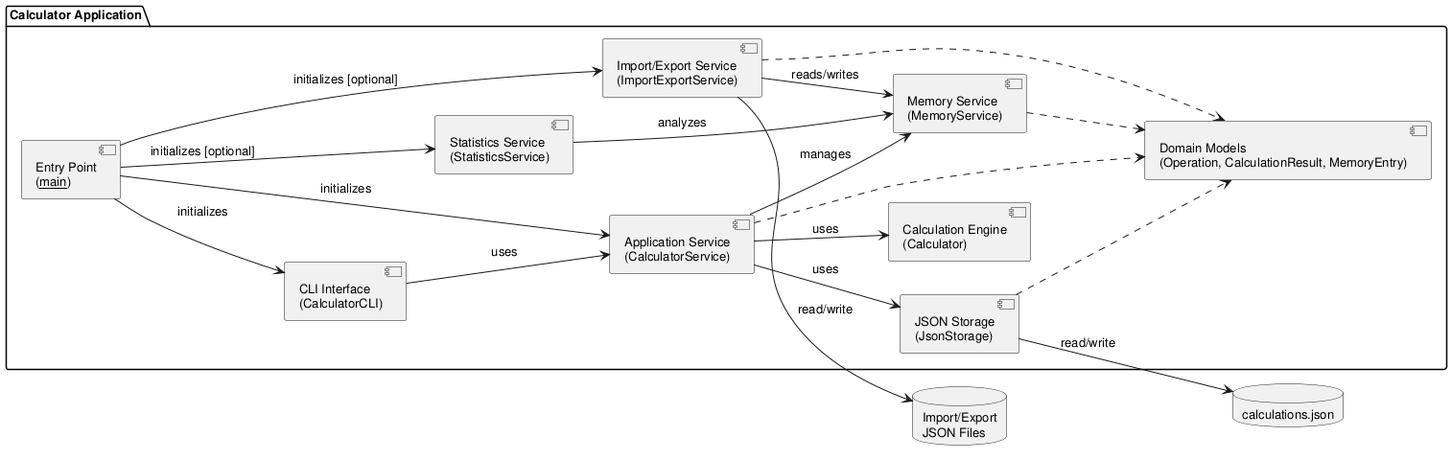
Above: experiments/broadcast/test_driven/calculator/artifacts/component_diagram.png in DanielRiha8906/Software_autoevolution_using_agents (PlantUML), before the change.
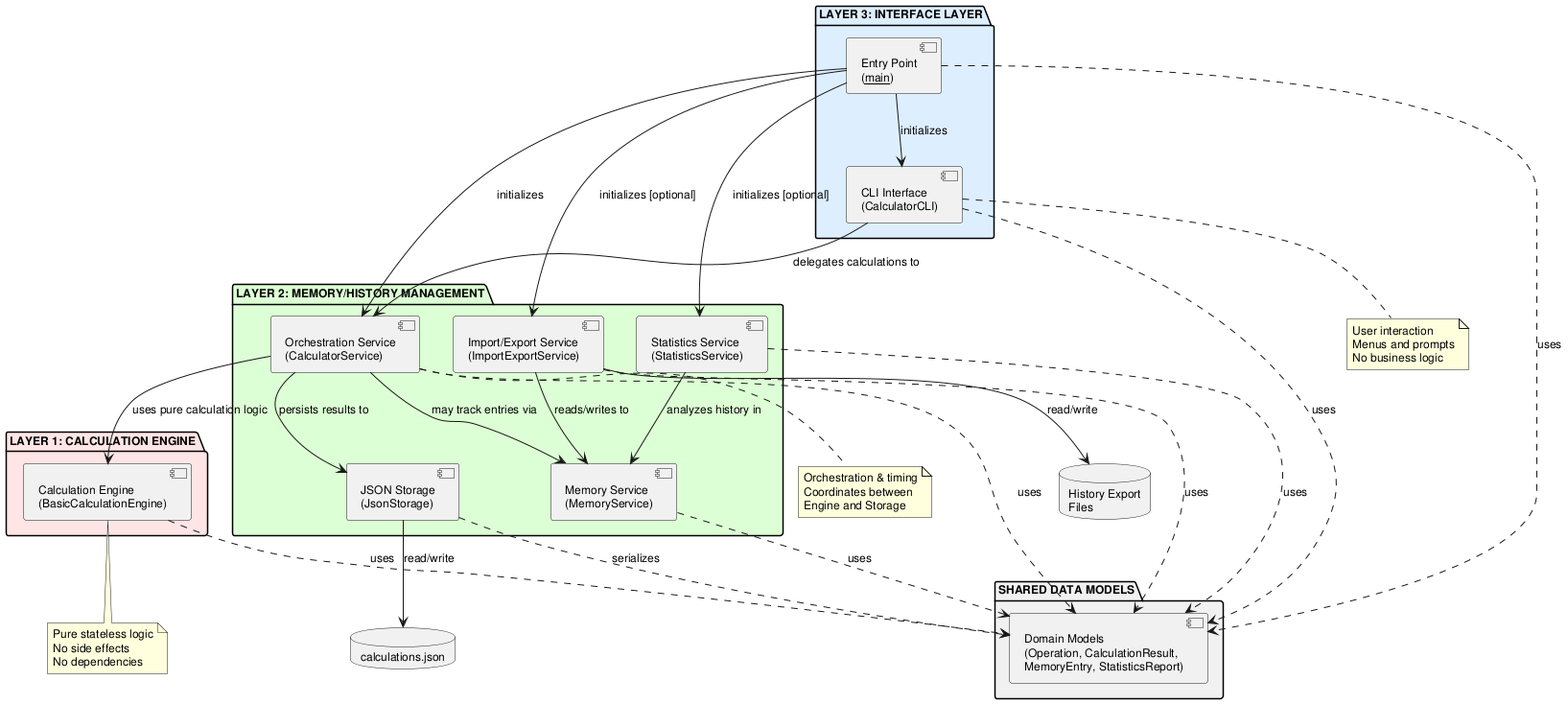
After the change.

Diff of the diagram source:
```diff
@@ -1,45 +1,76 @@
 @startuml component_diagram
 
 skinparam componentStyle uml2
-skinparam defaultFontSize 13
-left to right direction
+skinparam defaultFontSize 12
+top to bottom direction
 
-package "Calculator Application" {
-
+package "LAYER 3: INTERFACE LAYER" #DDEEFF {
     component "Entry Point\n(__main__)" as Main
     component "CLI Interface\n(CalculatorCLI)" as CLI
-    component "Application Service\n(CalculatorService)" as Service
+}
+
+package "LAYER 2: MEMORY/HISTORY MANAGEMENT" #DDFFD4 {
+    component "Orchestration Service\n(CalculatorService)" as Service
     component "Memory Service\n(MemoryService)" as Memory
     component "Statistics Service\n(StatisticsService)" as Stats
     component "Import/Export Service\n(ImportExportService)" as Import
-    component "Calculation Engine\n(Calculator)" as Calc
     component "JSON Storage\n(JsonStorage)" as Store
-    component "Domain Models\n(Operation, CalculationResult, MemoryEntry)" as Models
+}
 
-    Main --> CLI : initializes
-    Main --> Service : initializes
-    Main --> Stats : initializes [optional]
+package "LAYER 1: CALCULATION ENGINE" #FFE5E5 {
+    component "Calculation Engine\n(BasicCalculationEngine)" as Calc
+}
 
-    CLI --> Service : uses
-    Service --> Calc : uses
-    Service --> Store : uses
-    Service --> Memory : manages
-
-    Stats --> Memory : analyzes
-    Import --> Memory : reads/writes
-
-    Main --> Import : initializes [optional]
-
-    Service ..> Models
-    Store ..> Models
-    Memory ..> Models
-    Import ..> Models
+package "SHARED DATA MODELS" #F0F0F0 {
+    component "Domain Models\n(Operation, CalculationResult,\nMemoryEntry, StatisticsReport)" as Models
 }
 
 database "calculations.json" as DB
-database "Import/Export\nJSON Files" as Files
+database "History Export\nFiles" as HistFiles
+
+
+Main --> CLI : initializes
+Main --> Service : initializes
+Main --> Stats : initializes [optional]
+Main --> Import : initializes [optional]
+
+CLI --> Service : delegates calculations to
+
+Service --> Calc : uses pure calculation logic
+
+Service --> Store : persists results to
+Service --> Memory : may track entries via
+Stats --> Memory : analyzes history in
+Import --> Memory : reads/writes to
 
 Store --> DB : read/write
-Import --> Files : read/write
+Import --> HistFiles : read/write
+
+Main ..> Models : uses
+CLI ..> Models : uses
+Service ..> Models : uses
+Memory ..> Models : uses
+Stats ..> Models : uses
+Import ..> Models : uses
+Calc ..> Models : uses
+Store ..> Models : serializes
+
+note bottom of Calc
+  Pure stateless logic
+  No side effects
+  No dependencies
+end note
+
+note bottom of Service
+  Orchestration & timing
+  Coordinates between
+  Engine and Storage
+end note
+
+note bottom of CLI
+  User interaction
+  Menus and prompts
+  No business logic
+end note
 
 @enduml
```
